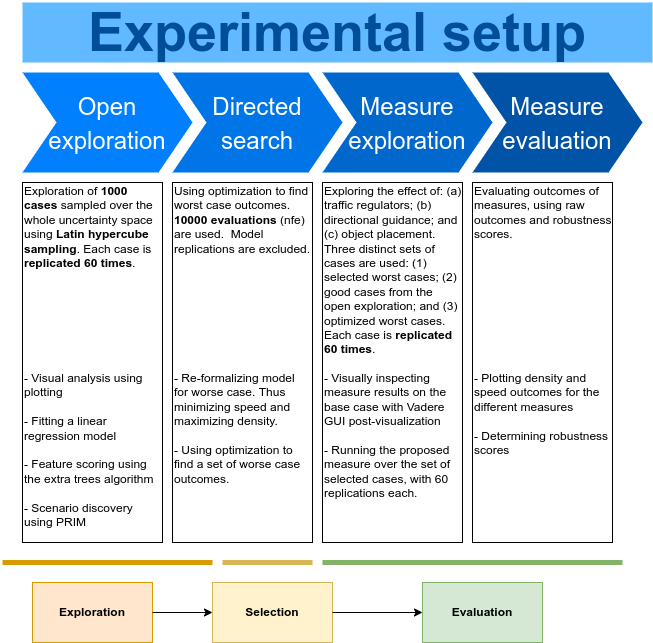
Above: figures/Experimental_Design.png in floristevito/CrowdSim (draw.io), before the change. Source tidied: cells renumbered, new cells last; positions are measured from the earlier drawing's top-left corner, leaving out a move shared by most shapes.
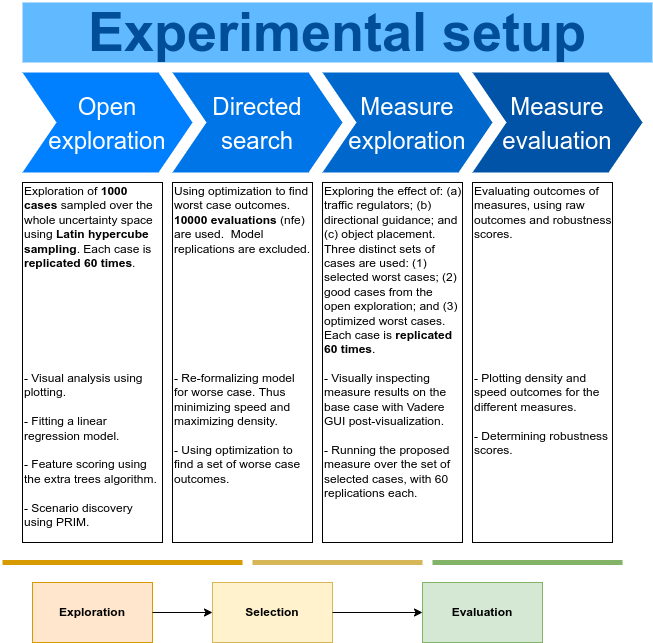
Later version of the same file.

What changed in the source:
```diff
@@ -17,16 +17,16 @@
     <mxCell id="6" value="Experimental setup" style="text;html=1;strokeColor=none;fillColor=#61BAFF;align=center;verticalAlign=middle;whiteSpace=wrap;fontSize=54;fontStyle=1;fontColor=#004D99;" parent="1" vertex="1">
       <mxGeometry x="20" width="630" height="60" as="geometry" />
     </mxCell>
-    <mxCell id="7" value="Exploration of&amp;nbsp;&lt;b&gt;1000 cases &lt;/b&gt;sampled&amp;nbsp;over the whole uncertainty space using &lt;b&gt;Latin hypercube sampling&lt;/b&gt;. Each case is &lt;b&gt;replicated 60 times&lt;/b&gt;.&lt;br&gt;&lt;span&gt;&lt;br&gt;&lt;br&gt;&lt;br&gt;&lt;br&gt;&lt;br&gt;&lt;br&gt;&lt;br&gt;&lt;/span&gt;- Visual analysis using plotting&amp;nbsp;&lt;br&gt;&lt;span&gt;&lt;br&gt;- Fitting a&lt;/span&gt;&lt;b&gt; &lt;/b&gt;&lt;span&gt;linear regression model&amp;nbsp;&lt;br&gt;&lt;br&gt;&lt;/span&gt;&lt;span&gt;- Feature scoring using the extra trees algorithm&lt;br&gt;&lt;/span&gt;&lt;span&gt;&lt;br&gt;&lt;/span&gt;&lt;span&gt;- Scenario discovery using PRIM&lt;/span&gt;&lt;span&gt;&lt;br&gt;&lt;/span&gt;" style="text;spacingTop=-5;fillColor=#ffffff;whiteSpace=wrap;html=1;align=left;fontSize=12;fontFamily=Helvetica;fillColor=none;strokeColor=default;" parent="1" vertex="1">
+    <mxCell id="7" value="Exploration of&amp;nbsp;&lt;b&gt;1000 cases &lt;/b&gt;sampled&amp;nbsp;over the whole uncertainty space using &lt;b&gt;Latin hypercube sampling&lt;/b&gt;. Each case is &lt;b&gt;replicated 60 times&lt;/b&gt;.&lt;br&gt;&lt;span&gt;&lt;br&gt;&lt;br&gt;&lt;br&gt;&lt;br&gt;&lt;br&gt;&lt;br&gt;&lt;br&gt;&lt;/span&gt;- Visual analysis using plotting.&lt;br&gt;&lt;span&gt;&lt;br&gt;- Fitting a&lt;/span&gt;&lt;b&gt; &lt;/b&gt;&lt;span&gt;linear regression model.&lt;br&gt;&lt;br&gt;&lt;/span&gt;&lt;span&gt;- Feature scoring using the extra trees algorithm.&lt;br&gt;&lt;/span&gt;&lt;span&gt;&lt;br&gt;&lt;/span&gt;&lt;span&gt;- Scenario discovery using PRIM.&lt;/span&gt;&lt;span&gt;&lt;br&gt;&lt;/span&gt;" style="text;spacingTop=-5;fillColor=#ffffff;whiteSpace=wrap;html=1;align=left;fontSize=12;fontFamily=Helvetica;fillColor=none;strokeColor=default;" parent="1" vertex="1">
       <mxGeometry x="20" y="180" width="140" height="360" as="geometry" />
     </mxCell>
     <mxCell id="8" value="Using optimization to find worst case outcomes. &lt;b&gt;10000 evaluations&lt;/b&gt; (nfe) are used.&amp;nbsp; Model replications are excluded.&lt;br&gt;&lt;br&gt;&lt;br&gt;&lt;br&gt;&lt;br&gt;&lt;br&gt;&lt;br&gt;&lt;br&gt;&lt;br&gt;&lt;span&gt;- Re-formalizing model for worse case. Thus minimizing speed and maximizing density.&lt;br&gt;&lt;br&gt;&lt;/span&gt;&lt;span&gt;- Using optimization to find a set of worse case outcomes.&lt;/span&gt;&lt;span&gt;&lt;br&gt;&lt;/span&gt;" style="text;spacingTop=-5;fillColor=default;whiteSpace=wrap;html=1;align=left;fontSize=12;fontFamily=Helvetica;fillColor=none;strokeColor=default;" parent="1" vertex="1">
       <mxGeometry x="170" y="180" width="140" height="360" as="geometry" />
     </mxCell>
-    <mxCell id="9" value="Exploring the effect of: (a) traffic regulators; (b) directional guidance; and (c) object placement. Three distinct sets of cases are used: (1) selected worst cases; (2) good cases from the open exploration; and (3) optimized worst cases. Each case is&amp;nbsp;&lt;b&gt;replicated 60 times&lt;/b&gt;.&lt;br&gt;&lt;br&gt;&lt;span&gt;- Visually inspecting measure results on the base case with Vadere GUI post-visualization&lt;br&gt;&lt;/span&gt;&lt;span&gt;&lt;br&gt;- Running the proposed measure over the set of selected cases, with 60 replications each.&lt;/span&gt;&lt;span&gt;&lt;br&gt;&lt;/span&gt;" style="text;spacingTop=-5;fillColor=#ffffff;whiteSpace=wrap;html=1;align=left;fontSize=12;fontFamily=Helvetica;fillColor=none;strokeColor=default;" parent="1" vertex="1">
+    <mxCell id="9" value="Exploring the effect of: (a) traffic regulators; (b) directional guidance; and (c) object placement. Three distinct sets of cases are used: (1) selected worst cases; (2) good cases from the open exploration; and (3) optimized worst cases. Each case is&amp;nbsp;&lt;b&gt;replicated 60 times&lt;/b&gt;.&lt;br&gt;&lt;br&gt;&lt;span&gt;- Visually inspecting measure results on the base case with Vadere GUI post-visualization.&lt;br&gt;&lt;/span&gt;&lt;span&gt;&lt;br&gt;- Running the proposed measure over the set of selected cases, with 60 replications each.&lt;/span&gt;&lt;span&gt;&lt;br&gt;&lt;/span&gt;" style="text;spacingTop=-5;fillColor=#ffffff;whiteSpace=wrap;html=1;align=left;fontSize=12;fontFamily=Helvetica;fillColor=none;strokeColor=default;" parent="1" vertex="1">
       <mxGeometry x="320" y="180" width="140" height="360" as="geometry" />
     </mxCell>
-    <mxCell id="10" value="Evaluating outcomes of measures, using raw outcomes and robustness scores.&lt;br&gt;&lt;br&gt;&lt;br&gt;&lt;br&gt;&lt;br&gt;&lt;br&gt;&lt;br&gt;&lt;br&gt;&lt;br&gt;&lt;br&gt;&lt;span&gt;- Plotting density and speed outcomes for the different measures&lt;br&gt;&lt;/span&gt;&lt;span&gt;&lt;br&gt;- Determining robustness scores&lt;/span&gt;&lt;span&gt;&lt;br&gt;&lt;/span&gt;" style="text;spacingTop=-5;fillColor=#ffffff;whiteSpace=wrap;html=1;align=left;fontSize=12;fontFamily=Helvetica;fillColor=none;strokeColor=default;" parent="1" vertex="1">
+    <mxCell id="10" value="Evaluating outcomes of measures, using raw outcomes and robustness scores.&lt;br&gt;&lt;br&gt;&lt;br&gt;&lt;br&gt;&lt;br&gt;&lt;br&gt;&lt;br&gt;&lt;br&gt;&lt;br&gt;&lt;br&gt;&lt;span&gt;- Plotting density and speed outcomes for the different measures.&lt;br&gt;&lt;/span&gt;&lt;span&gt;&lt;br&gt;- Determining robustness scores.&lt;/span&gt;&lt;span&gt;&lt;br&gt;&lt;/span&gt;" style="text;spacingTop=-5;fillColor=#ffffff;whiteSpace=wrap;html=1;align=left;fontSize=12;fontFamily=Helvetica;fillColor=none;strokeColor=default;" parent="1" vertex="1">
       <mxGeometry x="470" y="180" width="140" height="360" as="geometry" />
     </mxCell>
     <mxCell id="11" value="&lt;b&gt;Exploration&lt;/b&gt;" style="rounded=0;whiteSpace=wrap;html=1;fillColor=#ffe6cc;strokeColor=#d79b00;" parent="1" vertex="1">
@@ -41,18 +41,18 @@
     <mxCell id="14" style="endArrow=none;html=1;rounded=0;fillColor=#ffe6cc;strokeColor=#d79b00;strokeWidth=5;" parent="1" edge="1">
       <mxGeometry relative="1" as="geometry">
         <mxPoint y="560" as="sourcePoint" />
-        <mxPoint x="210" y="560" as="targetPoint" />
+        <mxPoint x="240" y="560" as="targetPoint" />
       </mxGeometry>
     </mxCell>
     <mxCell id="15" style="endArrow=none;html=1;rounded=0;fillColor=#fff2cc;strokeColor=#d6b656;strokeWidth=5;" parent="1" edge="1">
       <mxGeometry relative="1" as="geometry">
-        <mxPoint x="220" y="560" as="sourcePoint" />
-        <mxPoint x="310" y="560" as="targetPoint" />
+        <mxPoint x="250" y="560" as="sourcePoint" />
+        <mxPoint x="420" y="560" as="targetPoint" />
       </mxGeometry>
     </mxCell>
     <mxCell id="16" style="endArrow=none;html=1;rounded=0;fillColor=#d5e8d4;strokeColor=#82b366;strokeWidth=5;" parent="1" edge="1">
       <mxGeometry relative="1" as="geometry">
-        <mxPoint x="320" y="560" as="sourcePoint" />
+        <mxPoint x="430" y="560" as="sourcePoint" />
         <mxPoint x="620" y="560" as="targetPoint" />
       </mxGeometry>
     </mxCell>
```
